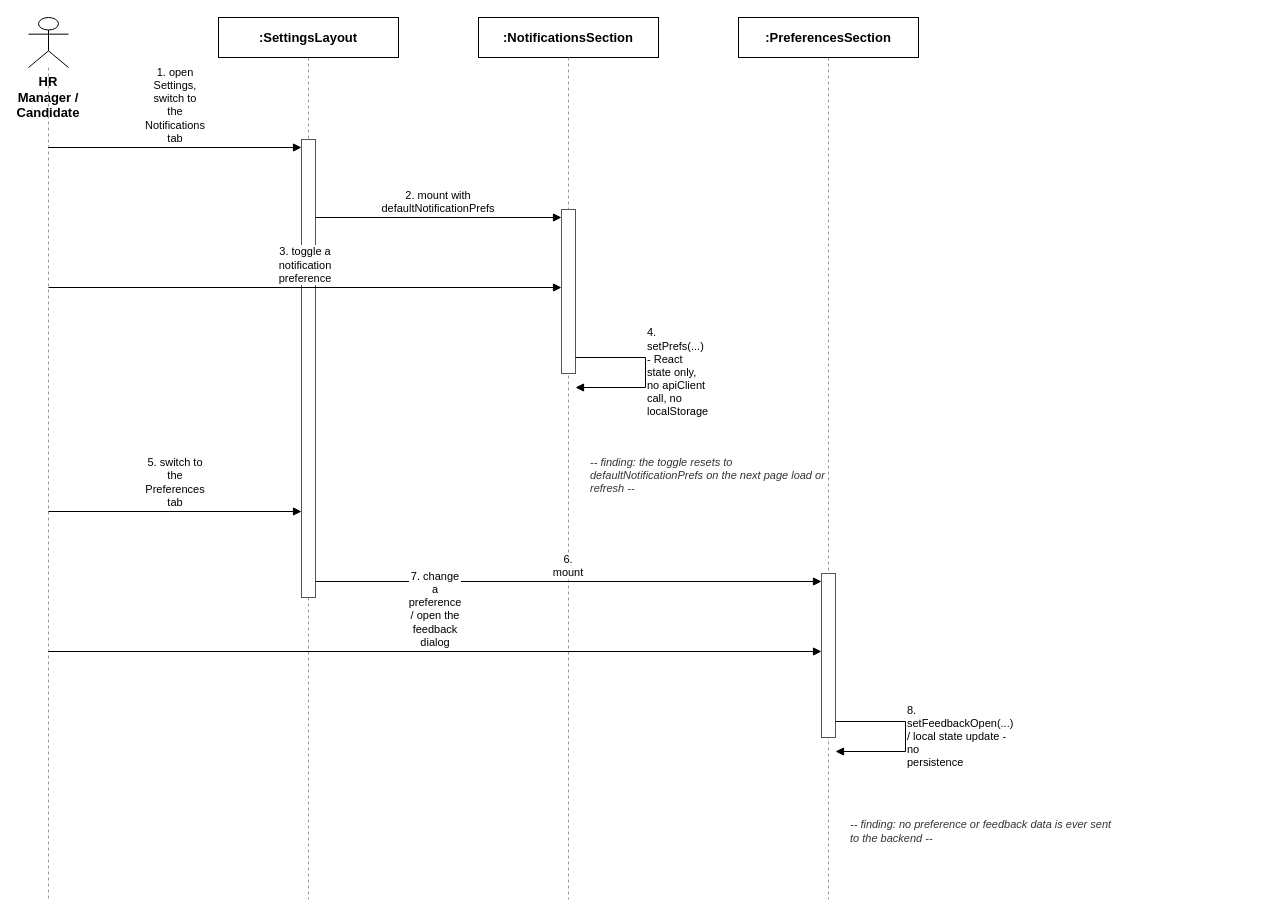
Earlier version of the draw.io diagram docs/qa/Hien_SequenceDiagram/Report4_SequenceDiagram_Notification_Preference_Settings.drawio (tulklk/AI_Interview_Question_Generation_RAG_LLM_FE). Source tidied: cells renumbered, new cells numbered last; positions are measured from the earlier drawing's top-left corner, leaving out a move shared by most shapes. Both pictures are drawn from the tidied source at 100%, with x=0, y=0 at pixel (28, 17).
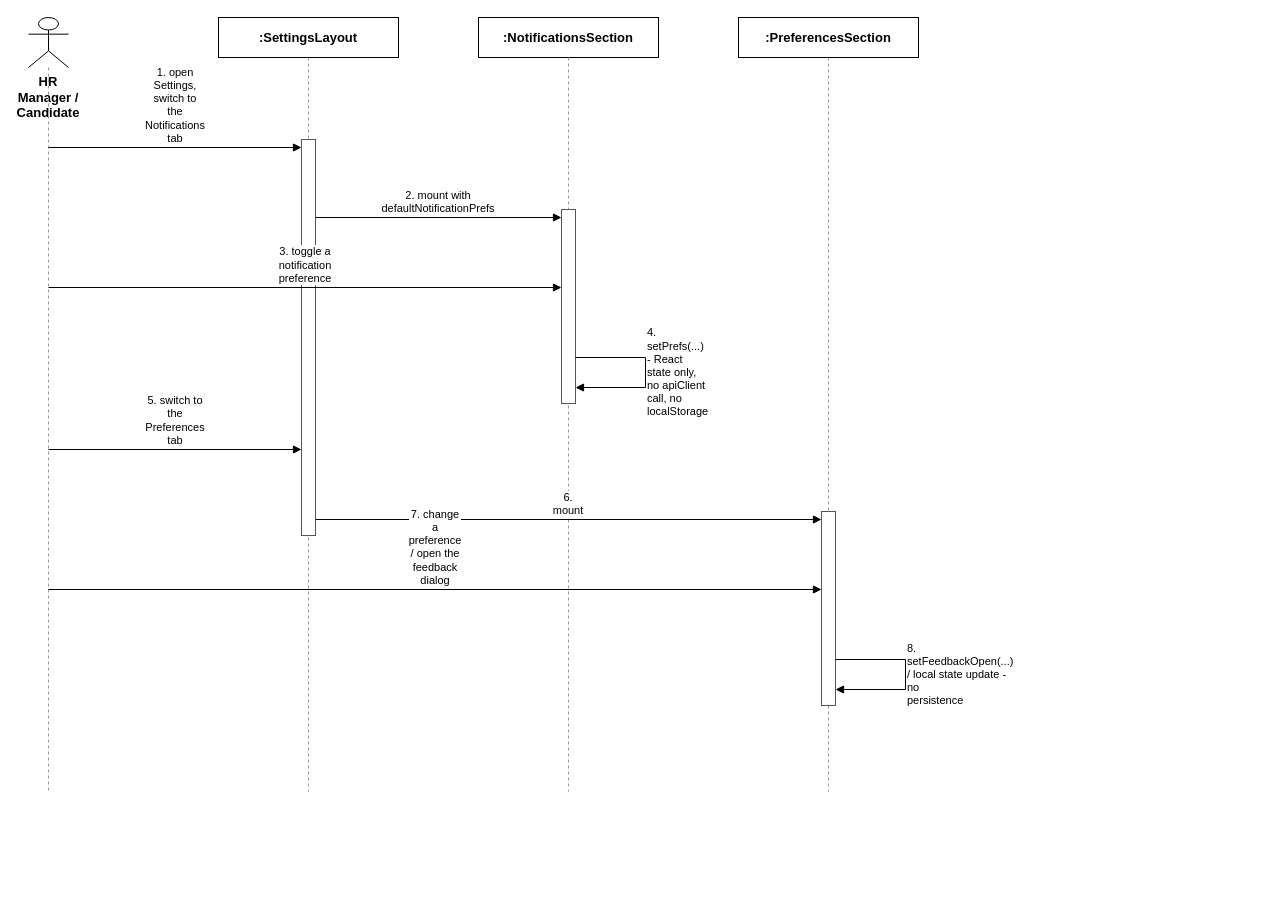
The same page after the edit.

Change to the diagram source:
```diff
@@
     <mxCell id="3" style="endArrow=none;dashed=1;html=1;strokeColor=#999999;" parent="1" edge="1">
       <mxGeometry relative="1" as="geometry">
         <mxPoint x="20" y="50" as="sourcePoint" />
-        <mxPoint x="20" y="882" as="targetPoint" />
+        <mxPoint x="20" y="774" as="targetPoint" />
       </mxGeometry>
     </mxCell>
@@
     <mxCell id="5" style="endArrow=none;dashed=1;html=1;strokeColor=#999999;" parent="1" edge="1">
       <mxGeometry relative="1" as="geometry">
         <mxPoint x="280" y="40" as="sourcePoint" />
-        <mxPoint x="280" y="882" as="targetPoint" />
+        <mxPoint x="280" y="774" as="targetPoint" />
       </mxGeometry>
     </mxCell>
@@
     <mxCell id="7" style="endArrow=none;dashed=1;html=1;strokeColor=#999999;" parent="1" edge="1">
       <mxGeometry relative="1" as="geometry">
         <mxPoint x="540" y="40" as="sourcePoint" />
-        <mxPoint x="540" y="882" as="targetPoint" />
+        <mxPoint x="540" y="774" as="targetPoint" />
       </mxGeometry>
     </mxCell>
@@
     <mxCell id="9" style="endArrow=none;dashed=1;html=1;strokeColor=#999999;" parent="1" edge="1">
       <mxGeometry relative="1" as="geometry">
         <mxPoint x="800" y="40" as="sourcePoint" />
-        <mxPoint x="800" y="882" as="targetPoint" />
+        <mxPoint x="800" y="774" as="targetPoint" />
       </mxGeometry>
     </mxCell>
     <mxCell id="10" style="rounded=0;whiteSpace=wrap;html=1;fillColor=#ffffff;strokeColor=#555555;" parent="1" vertex="1">
-      <mxGeometry x="273" y="122" width="14" height="458" as="geometry" />
+      <mxGeometry x="273" y="122" width="14" height="396" as="geometry" />
     </mxCell>
     <mxCell id="11" style="rounded=0;whiteSpace=wrap;html=1;fillColor=#ffffff;strokeColor=#555555;" parent="1" vertex="1">
-      <mxGeometry x="533" y="192" width="14" height="164" as="geometry" />
+      <mxGeometry x="533" y="192" width="14" height="194" as="geometry" />
     </mxCell>
     <mxCell id="12" style="rounded=0;whiteSpace=wrap;html=1;fillColor=#ffffff;strokeColor=#555555;" parent="1" vertex="1">
-      <mxGeometry x="793" y="556" width="14" height="164" as="geometry" />
+      <mxGeometry x="793" y="494" width="14" height="194" as="geometry" />
     </mxCell>
@@
-    <mxCell id="17" value="-- finding: the toggle resets to&lt;br&gt;defaultNotificationPrefs on the next page load or&lt;br&gt;refresh --" style="text;html=1;align=left;verticalAlign=middle;fontSize=11;fontColor=#333333;fontStyle=2;" parent="1" vertex="1">
-      <mxGeometry x="560" y="432" width="400" height="52" as="geometry" />
+    <mxCell id="17" value="5. switch to the Preferences tab" style="endArrow=block;endFill=1;html=1;whiteSpace=wrap;fontSize=11;align=center;verticalAlign=bottom;labelBackgroundColor=#ffffff;strokeColor=#000000;" parent="1" edge="1">
+      <mxGeometry relative="1" as="geometry">
+        <mxPoint x="20" y="432" as="sourcePoint" />
+        <mxPoint x="273" y="432" as="targetPoint" />
+      </mxGeometry>
     </mxCell>
-    <mxCell id="18" value="5. switch to the Preferences tab" style="endArrow=block;endFill=1;html=1;whiteSpace=wrap;fontSize=11;align=center;verticalAlign=bottom;labelBackgroundColor=#ffffff;strokeColor=#000000;" parent="1" edge="1">
+    <mxCell id="18" value="6. mount" style="endArrow=block;endFill=1;html=1;whiteSpace=wrap;fontSize=11;align=center;verticalAlign=bottom;labelBackgroundColor=#ffffff;strokeColor=#000000;" parent="1" edge="1">
       <mxGeometry relative="1" as="geometry">
-        <mxPoint x="20" y="494" as="sourcePoint" />
-        <mxPoint x="273" y="494" as="targetPoint" />
+        <mxPoint x="287" y="502" as="sourcePoint" />
+        <mxPoint x="793" y="502" as="targetPoint" />
       </mxGeometry>
     </mxCell>
-    <mxCell id="19" value="6. mount" style="endArrow=block;endFill=1;html=1;whiteSpace=wrap;fontSize=11;align=center;verticalAlign=bottom;labelBackgroundColor=#ffffff;strokeColor=#000000;" parent="1" edge="1">
+    <mxCell id="19" value="7. change a preference / open the feedback dialog" style="endArrow=block;endFill=1;html=1;whiteSpace=wrap;fontSize=11;align=center;verticalAlign=bottom;labelBackgroundColor=#ffffff;strokeColor=#000000;" parent="1" edge="1">
       <mxGeometry relative="1" as="geometry">
-        <mxPoint x="287" y="564" as="sourcePoint" />
-        <mxPoint x="793" y="564" as="targetPoint" />
+        <mxPoint x="20" y="572" as="sourcePoint" />
+        <mxPoint x="793" y="572" as="targetPoint" />
       </mxGeometry>
     </mxCell>
-    <mxCell id="20" value="7. change a preference / open the feedback dialog" style="endArrow=block;endFill=1;html=1;whiteSpace=wrap;fontSize=11;align=center;verticalAlign=bottom;labelBackgroundColor=#ffffff;strokeColor=#000000;" parent="1" edge="1">
+    <mxCell id="20" value="8. setFeedbackOpen(...) / local state update - no&lt;br&gt;persistence" style="endArrow=block;endFill=1;html=1;whiteSpace=wrap;fontSize=11;align=left;verticalAlign=middle;labelBackgroundColor=#ffffff;rounded=0;strokeColor=#000000;" parent="1" edge="1">
       <mxGeometry relative="1" as="geometry">
-        <mxPoint x="20" y="634" as="sourcePoint" />
-        <mxPoint x="793" y="634" as="targetPoint" />
+        <mxPoint x="807" y="642" as="sourcePoint" />
+        <mxPoint x="807" y="672" as="targetPoint" />
+        <Array as="points">
+          <mxPoint x="877" y="642" />
+          <mxPoint x="877" y="672" />
+        </Array>
       </mxGeometry>
     </mxCell>
-    <mxCell id="21" value="8. setFeedbackOpen(...) / local state update - no&lt;br&gt;persistence" style="endArrow=block;endFill=1;html=1;whiteSpace=wrap;fontSize=11;align=left;verticalAlign=middle;labelBackgroundColor=#ffffff;rounded=0;strokeColor=#000000;" parent="1" edge="1">
-      <mxGeometry relative="1" as="geometry">
-        <mxPoint x="807" y="704" as="sourcePoint" />
-        <mxPoint x="807" y="734" as="targetPoint" />
-        <Array as="points">
-          <mxPoint x="877" y="704" />
-          <mxPoint x="877" y="734" />
-        </Array>
-      </mxGeometry>
-    </mxCell>
-    <mxCell id="22" value="-- finding: no preference or feedback data is ever sent&lt;br&gt;to the backend --" style="text;html=1;align=left;verticalAlign=middle;fontSize=11;fontColor=#333333;fontStyle=2;" parent="1" vertex="1">
-      <mxGeometry x="820" y="796" width="400" height="36" as="geometry" />
-    </mxCell>
```
